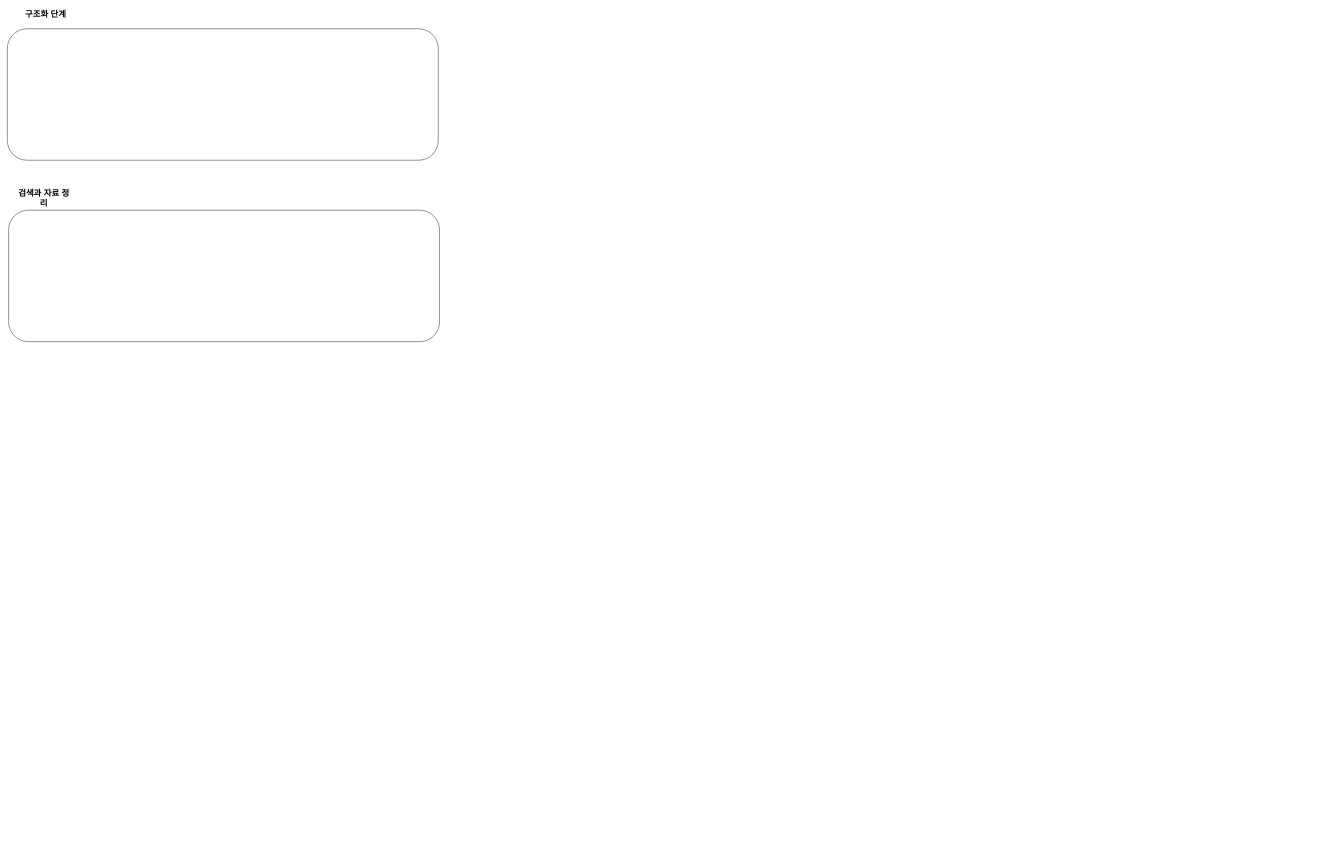
The draw.io diagram page "페이지-21" (21 of 21) of 제목 없는 다이어그램.drawio in dkGithup2022/module_and_design, before the edit. Source tidied: cells renumbered, new cells numbered last; positions are measured from the earlier drawing's top-left corner, leaving out a move shared by most shapes. Both pictures are drawn from the tidied source at 42%, with x=0, y=0 at pixel (7, 7).
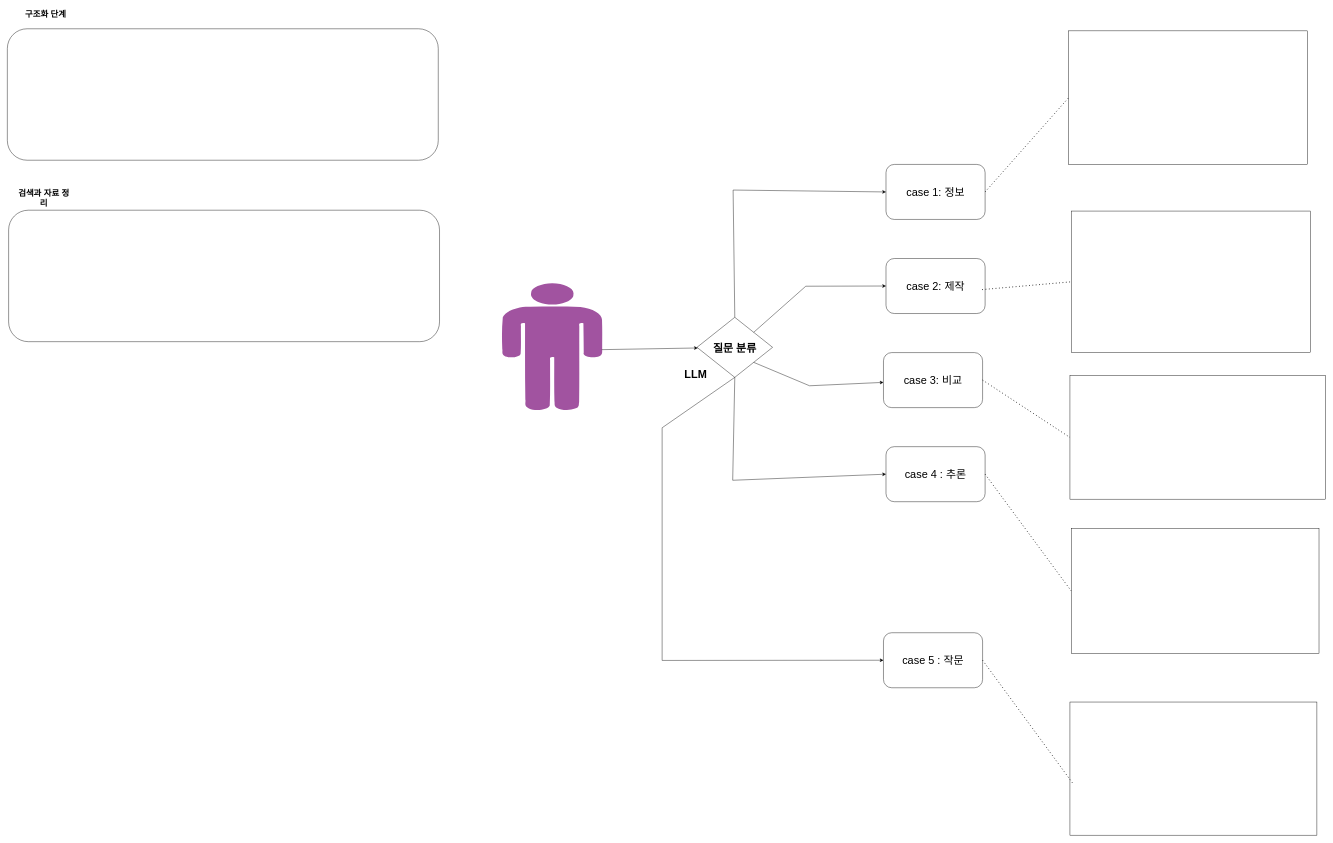
After the change.

Commit message:
제목 없는 다이어그램.drawio 업데이트

What changed in the source:
```diff
@@
+    <mxCell id="6" value="질문 분류" style="rhombus;fontSize=26;fontStyle=1;" parent="1" vertex="1">
+      <mxGeometry x="1642" y="738" width="180" height="143" as="geometry" />
+    </mxCell>
+    <mxCell id="7" style="verticalLabelPosition=bottom;sketch=0;html=1;fillColor=#A153A0;verticalAlign=top;align=center;shape=mxgraph.cisco_safe.design.actor_2;" parent="1" vertex="1">
+      <mxGeometry x="1176" y="657" width="241" height="305" as="geometry" />
+    </mxCell>
+    <mxCell id="8" value="&lt;span style=&quot;font-size: 26px;&quot;&gt;case 1: 정보&lt;/span&gt;" style="rounded=1;whiteSpace=wrap;html=1;" parent="1" vertex="1">
+      <mxGeometry x="2092" y="374" width="236" height="131" as="geometry" />
+    </mxCell>
+    <mxCell id="9" value="&lt;span style=&quot;font-size: 26px;&quot;&gt;case 2: 제작&lt;/span&gt;" style="rounded=1;whiteSpace=wrap;html=1;" parent="1" vertex="1">
+      <mxGeometry x="2092" y="598" width="236" height="131" as="geometry" />
+    </mxCell>
+    <mxCell id="10" value="&lt;span style=&quot;font-size: 26px;&quot;&gt;case 3: 비교&lt;/span&gt;" style="rounded=1;whiteSpace=wrap;html=1;" parent="1" vertex="1">
+      <mxGeometry x="2086" y="822" width="236" height="131" as="geometry" />
+    </mxCell>
+    <mxCell id="11" value="&lt;span style=&quot;font-size: 26px;&quot;&gt;case 4 : 추론&lt;/span&gt;" style="rounded=1;whiteSpace=wrap;html=1;" parent="1" vertex="1">
+      <mxGeometry x="2092" y="1046" width="236" height="131" as="geometry" />
+    </mxCell>
+    <mxCell id="12" style="endArrow=classic;html=1;rounded=0;exitX=0.993;exitY=0.518;exitDx=0;exitDy=0;exitPerimeter=0;" parent="1" edge="1" source="7" target="6">
+      <mxGeometry relative="1" as="geometry" />
+    </mxCell>
+    <mxCell id="13" style="endArrow=classic;html=1;rounded=0;exitX=0.5;exitY=0;exitDx=0;exitDy=0;entryX=0;entryY=0.5;entryDx=0;entryDy=0;" parent="1" edge="1" source="6" target="8">
+      <mxGeometry relative="1" as="geometry">
+        <Array as="points">
+          <mxPoint x="1728" y="435" />
+        </Array>
+      </mxGeometry>
+    </mxCell>
+    <mxCell id="14" style="endArrow=classic;html=1;rounded=0;entryX=0;entryY=0.5;entryDx=0;entryDy=0;exitX=0.5;exitY=1;exitDx=0;exitDy=0;" parent="1" edge="1" source="6" target="11">
+      <mxGeometry relative="1" as="geometry">
+        <Array as="points">
+          <mxPoint x="1727" y="1126" />
+        </Array>
+      </mxGeometry>
+    </mxCell>
+    <mxCell id="15" style="endArrow=classic;html=1;rounded=0;exitX=1;exitY=0;exitDx=0;exitDy=0;entryX=0;entryY=0.5;entryDx=0;entryDy=0;" parent="1" edge="1" source="6" target="9">
+      <mxGeometry relative="1" as="geometry">
+        <Array as="points">
+          <mxPoint x="1901" y="664" />
+        </Array>
+      </mxGeometry>
+    </mxCell>
+    <mxCell id="16" style="endArrow=classic;html=1;rounded=0;exitX=1;exitY=1;exitDx=0;exitDy=0;" parent="1" edge="1" source="6" target="10">
+      <mxGeometry relative="1" as="geometry">
+        <Array as="points">
+          <mxPoint x="1910" y="901" />
+        </Array>
+      </mxGeometry>
+    </mxCell>
+    <mxCell id="17" style="rounded=0;whiteSpace=wrap;html=1;" parent="1" vertex="1">
+      <mxGeometry x="2533" y="485" width="570" height="337" as="geometry" />
+    </mxCell>
+    <mxCell id="18" style="endArrow=none;dashed=1;html=1;dashPattern=1 3;strokeWidth=2;rounded=0;entryX=0;entryY=0.5;entryDx=0;entryDy=0;" parent="1" edge="1" target="17">
+      <mxGeometry relative="1" as="geometry">
+        <mxPoint x="2321" y="672" as="sourcePoint" />
+      </mxGeometry>
+    </mxCell>
+    <mxCell id="19" style="rounded=0;whiteSpace=wrap;html=1;" parent="1" vertex="1">
+      <mxGeometry x="2527" y="56" width="569" height="318" as="geometry" />
+    </mxCell>
+    <mxCell id="20" style="endArrow=none;dashed=1;html=1;dashPattern=1 3;strokeWidth=2;rounded=0;entryX=0;entryY=0.5;entryDx=0;entryDy=0;exitX=1;exitY=0.5;exitDx=0;exitDy=0;" parent="1" edge="1" source="8" target="19">
+      <mxGeometry relative="1" as="geometry" />
+    </mxCell>
+    <mxCell id="21" style="rounded=0;whiteSpace=wrap;html=1;" parent="1" vertex="1">
+      <mxGeometry x="2530" y="877" width="608" height="294" as="geometry" />
+    </mxCell>
+    <mxCell id="22" style="endArrow=none;dashed=1;html=1;dashPattern=1 3;strokeWidth=2;rounded=0;entryX=0;entryY=0.5;entryDx=0;entryDy=0;exitX=1;exitY=0.5;exitDx=0;exitDy=0;" parent="1" edge="1" source="10" target="21">
+      <mxGeometry relative="1" as="geometry" />
+    </mxCell>
+    <mxCell id="23" style="rounded=0;whiteSpace=wrap;html=1;" parent="1" vertex="1">
+      <mxGeometry x="2533" y="1241" width="590" height="297" as="geometry" />
+    </mxCell>
+    <mxCell id="24" style="endArrow=none;dashed=1;html=1;dashPattern=1 3;strokeWidth=2;rounded=0;entryX=0;entryY=0.5;entryDx=0;entryDy=0;exitX=1;exitY=0.5;exitDx=0;exitDy=0;" parent="1" edge="1" source="11" target="23">
+      <mxGeometry relative="1" as="geometry" />
+    </mxCell>
+    <mxCell id="25" value="&lt;span style=&quot;font-size: 26px;&quot;&gt;&lt;b&gt;LLM&lt;/b&gt;&lt;/span&gt;" style="text;html=1;align=center;verticalAlign=middle;whiteSpace=wrap;rounded=0;" parent="1" vertex="1">
+      <mxGeometry x="1591" y="845" width="96" height="59" as="geometry" />
+    </mxCell>
+    <mxCell id="26" value="&lt;span style=&quot;font-size: 26px;&quot;&gt;case 5 : 작문&lt;/span&gt;" style="rounded=1;whiteSpace=wrap;html=1;" parent="1" vertex="1">
+      <mxGeometry x="2086" y="1489" width="236" height="131" as="geometry" />
+    </mxCell>
+    <mxCell id="27" style="endArrow=classic;html=1;rounded=0;exitX=0.5;exitY=1;exitDx=0;exitDy=0;entryX=0;entryY=0.5;entryDx=0;entryDy=0;" parent="1" edge="1" source="6" target="26">
+      <mxGeometry relative="1" as="geometry">
+        <Array as="points">
+          <mxPoint x="1559" y="1001" />
+          <mxPoint x="1559" y="1555" />
+        </Array>
+      </mxGeometry>
+    </mxCell>
+    <mxCell id="28" style="rounded=0;whiteSpace=wrap;html=1;" parent="1" vertex="1">
+      <mxGeometry x="2530" y="1654" width="588" height="317" as="geometry" />
+    </mxCell>
+    <mxCell id="29" style="endArrow=none;dashed=1;html=1;dashPattern=1 3;strokeWidth=2;rounded=0;entryX=0.016;entryY=0.622;entryDx=0;entryDy=0;exitX=1;exitY=0.5;exitDx=0;exitDy=0;entryPerimeter=0;" parent="1" edge="1" source="26" target="28">
+      <mxGeometry relative="1" as="geometry" />
+    </mxCell>
```
